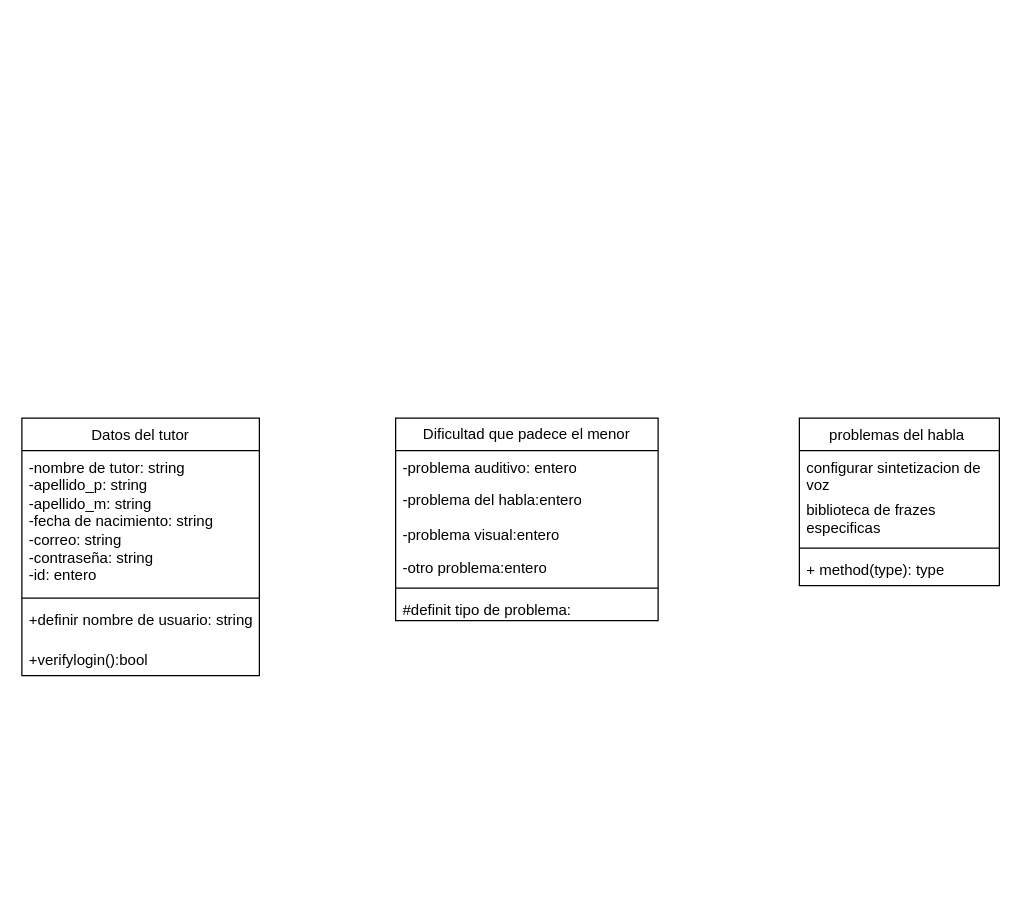
Above: Diagrama sin título.drawio in isra-e/ABILITYTALK (draw.io), before the change. Source tidied: cells renumbered, new cells numbered last; positions are measured from the earlier drawing's top-left corner, leaving out a move shared by most shapes. Both pictures are drawn from the tidied source at 125%, with x=0, y=0 at pixel (21, 418).
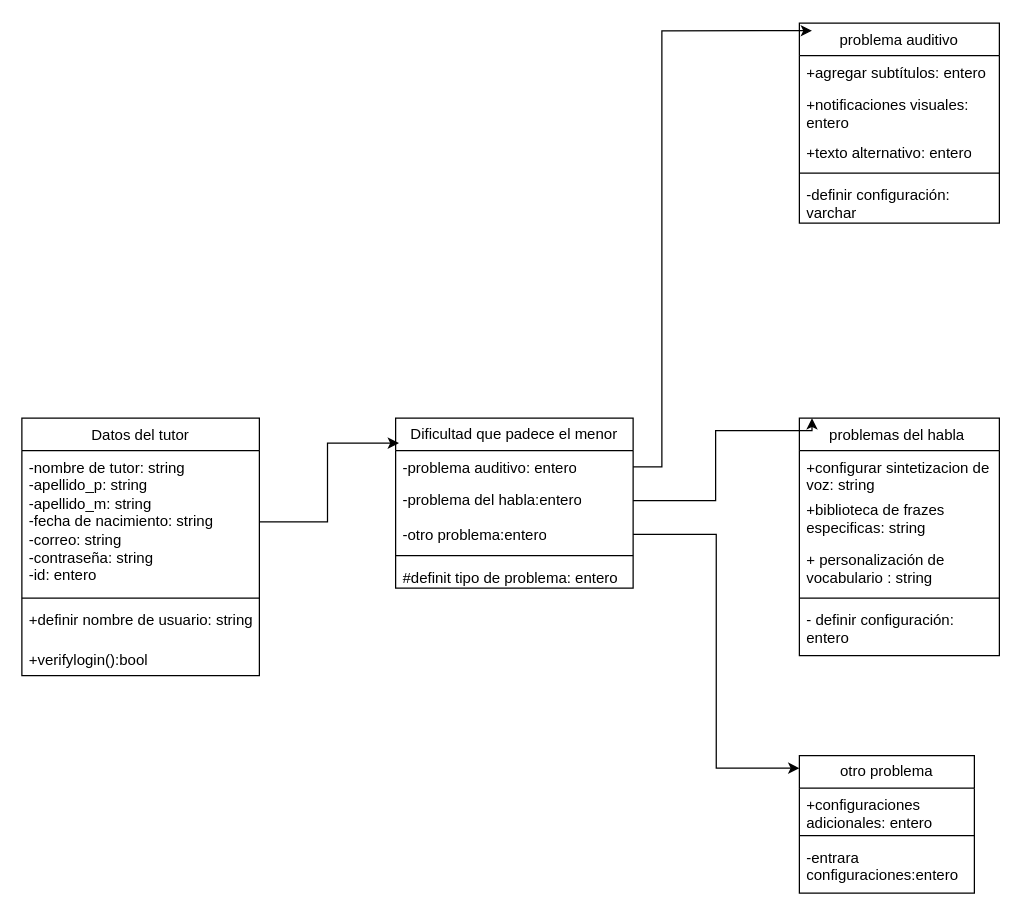
After the change.

Unchanged cells that the change refers to:
```xml
<mxCell id="3" value="-nombre de tutor: string&lt;div&gt;-apellido_p: string&lt;/div&gt;&lt;div&gt;-apellido_m: string&lt;/div&gt;&lt;div&gt;&lt;div&gt;-fecha de nacimiento: string&lt;br&gt;&lt;div&gt;-correo: string&lt;/div&gt;&lt;div&gt;-contraseña: string&lt;/div&gt;&lt;div&gt;-id: entero&lt;/div&gt;&lt;/div&gt;&lt;/div&gt;" style="text;strokeColor=none;fillColor=none;align=left;verticalAlign=top;spacingLeft=4;spacingRight=4;overflow=hidden;points=[[0,0.5],[1,0.5]];portConstraint=eastwest;whiteSpace=wrap;html=1;" parent="2" vertex="1">
  <mxGeometry y="26" width="190" height="114" as="geometry" />
</mxCell>
```

Diff of the diagram source:
```diff
@@
     <mxCell id="7" value="Dificultad que padece el menor" style="swimlane;fontStyle=0;horizontal=1;startSize=26;fillColor=none;whiteSpace=wrap;html=1;" parent="1" vertex="1">
-      <mxGeometry x="299" width="210" height="162" as="geometry" />
+      <mxGeometry x="299" width="190" height="136" as="geometry" />
     </mxCell>
     <mxCell id="8" value="-problema auditivo: entero" style="text;strokeColor=none;fillColor=none;align=left;verticalAlign=top;spacingLeft=4;spacingRight=4;overflow=hidden;points=[[0,0.5],[1,0.5]];portConstraint=eastwest;whiteSpace=wrap;html=1;" parent="7" vertex="1">
-      <mxGeometry y="26" width="210" height="26" as="geometry" />
+      <mxGeometry y="26" width="190" height="26" as="geometry" />
     </mxCell>
     <mxCell id="9" value="-problema del habla:entero&lt;div&gt;&lt;br&gt;&lt;/div&gt;" style="text;strokeColor=none;fillColor=none;align=left;verticalAlign=top;spacingLeft=4;spacingRight=4;overflow=hidden;points=[[0,0.5],[1,0.5]];portConstraint=eastwest;whiteSpace=wrap;html=1;" parent="7" vertex="1">
-      <mxGeometry y="52" width="210" height="28" as="geometry" />
+      <mxGeometry y="52" width="190" height="28" as="geometry" />
     </mxCell>
-    <mxCell id="10" value="-problema visual:entero" style="text;strokeColor=none;fillColor=none;align=left;verticalAlign=top;spacingLeft=4;spacingRight=4;overflow=hidden;whiteSpace=wrap;html=1;" parent="7" vertex="1">
-      <mxGeometry y="80" width="210" height="26" as="geometry" />
-    </mxCell>
     <mxCell id="11" value="-otro problema:entero" style="text;strokeColor=none;fillColor=none;align=left;verticalAlign=top;spacingLeft=4;spacingRight=4;overflow=hidden;points=[[0,0.5],[1,0.5]];portConstraint=eastwest;whiteSpace=wrap;html=1;" parent="7" vertex="1">
-      <mxGeometry y="106" width="210" height="26" as="geometry" />
+      <mxGeometry y="80" width="190" height="26" as="geometry" />
     </mxCell>
     <mxCell id="12" style="line;strokeWidth=1;fillColor=none;align=left;verticalAlign=middle;spacingTop=-1;spacingLeft=3;spacingRight=3;labelPosition=right;strokeColor=inherit;" parent="7" vertex="1">
-      <mxGeometry y="132" width="210" height="8" as="geometry" />
+      <mxGeometry y="106" width="190" height="8" as="geometry" />
     </mxCell>
-    <mxCell id="13" value="#definit tipo de problema:&amp;nbsp;" style="text;strokeColor=none;fillColor=none;align=left;verticalAlign=top;spacingLeft=4;spacingRight=4;overflow=hidden;whiteSpace=wrap;html=1;" parent="7" vertex="1">
-      <mxGeometry y="140" width="210" height="22" as="geometry" />
+    <mxCell id="13" value="#definit tipo de problema: entero&amp;nbsp;" style="text;strokeColor=none;fillColor=none;align=left;verticalAlign=top;spacingLeft=4;spacingRight=4;overflow=hidden;whiteSpace=wrap;html=1;" parent="7" vertex="1">
+      <mxGeometry y="114" width="190" height="22" as="geometry" />
     </mxCell>
     <mxCell id="14" value="&lt;span style=&quot;font-weight: normal;&quot;&gt;problemas del habla&amp;nbsp;&lt;/span&gt;" style="swimlane;fontStyle=1;align=center;verticalAlign=top;horizontal=1;startSize=26;whiteSpace=wrap;html=1;" parent="1" vertex="1">
-      <mxGeometry x="622" width="160" height="134" as="geometry" />
+      <mxGeometry x="622" width="160" height="190" as="geometry" />
     </mxCell>
-    <mxCell id="15" value="configurar sintetizacion de voz" style="text;strokeColor=none;fillColor=none;align=left;verticalAlign=top;spacingLeft=4;spacingRight=4;overflow=hidden;whiteSpace=wrap;html=1;" parent="14" vertex="1">
+    <mxCell id="15" value="+configurar sintetizacion de voz: string" style="text;strokeColor=none;fillColor=none;align=left;verticalAlign=top;spacingLeft=4;spacingRight=4;overflow=hidden;whiteSpace=wrap;html=1;" parent="14" vertex="1">
       <mxGeometry y="26" width="160" height="34" as="geometry" />
     </mxCell>
-    <mxCell id="16" value="biblioteca de frazes especificas" style="text;strokeColor=none;fillColor=none;align=left;verticalAlign=top;spacingLeft=4;spacingRight=4;overflow=hidden;whiteSpace=wrap;html=1;" parent="14" vertex="1">
+    <mxCell id="16" value="+biblioteca de frazes especificas: string" style="text;strokeColor=none;fillColor=none;align=left;verticalAlign=top;spacingLeft=4;spacingRight=4;overflow=hidden;whiteSpace=wrap;html=1;" parent="14" vertex="1">
       <mxGeometry y="60" width="160" height="40" as="geometry" />
     </mxCell>
+    <mxCell id="19" value="+ personalización de vocabulario : string" style="text;strokeColor=none;fillColor=none;align=left;verticalAlign=top;spacingLeft=4;spacingRight=4;overflow=hidden;whiteSpace=wrap;html=1;" parent="14" vertex="1">
+      <mxGeometry y="100" width="160" height="40" as="geometry" />
+    </mxCell>
     <mxCell id="17" style="line;strokeWidth=1;fillColor=none;align=left;verticalAlign=middle;spacingTop=-1;spacingLeft=3;spacingRight=3;labelPosition=right;strokeColor=inherit;" parent="14" vertex="1">
-      <mxGeometry y="100" width="160" height="8" as="geometry" />
+      <mxGeometry y="140" width="160" height="8" as="geometry" />
     </mxCell>
-    <mxCell id="18" value="+ method(type): type" style="text;strokeColor=none;fillColor=none;align=left;verticalAlign=top;spacingLeft=4;spacingRight=4;overflow=hidden;whiteSpace=wrap;html=1;" parent="14" vertex="1">
-      <mxGeometry y="108" width="160" height="26" as="geometry" />
+    <mxCell id="18" value="- definir configuración: entero&amp;nbsp;" style="text;strokeColor=none;fillColor=none;align=left;verticalAlign=top;spacingLeft=4;spacingRight=4;overflow=hidden;whiteSpace=wrap;html=1;" parent="14" vertex="1">
+      <mxGeometry y="148" width="160" height="42" as="geometry" />
     </mxCell>
+    <mxCell id="20" value="&lt;span style=&quot;font-weight: normal;&quot;&gt;problema auditivo&lt;/span&gt;" style="swimlane;fontStyle=1;align=center;verticalAlign=top;horizontal=1;startSize=26;whiteSpace=wrap;html=1;" parent="1" vertex="1">
+      <mxGeometry x="622" y="-316" width="160" height="160" as="geometry" />
+    </mxCell>
+    <mxCell id="21" value="+agregar subtítulos: entero" style="text;strokeColor=none;fillColor=none;align=left;verticalAlign=top;spacingLeft=4;spacingRight=4;overflow=hidden;whiteSpace=wrap;html=1;" parent="20" vertex="1">
+      <mxGeometry y="26" width="160" height="26" as="geometry" />
+    </mxCell>
+    <mxCell id="22" value="+notificaciones visuales: entero" style="text;strokeColor=none;fillColor=none;align=left;verticalAlign=top;spacingLeft=4;spacingRight=4;overflow=hidden;whiteSpace=wrap;html=1;" parent="20" vertex="1">
+      <mxGeometry y="52" width="160" height="38" as="geometry" />
+    </mxCell>
+    <mxCell id="23" value="+texto alternativo: entero" style="text;strokeColor=none;fillColor=none;align=left;verticalAlign=top;spacingLeft=4;spacingRight=4;overflow=hidden;whiteSpace=wrap;html=1;" parent="20" vertex="1">
+      <mxGeometry y="90" width="160" height="26" as="geometry" />
+    </mxCell>
+    <mxCell id="24" style="line;strokeWidth=1;fillColor=none;align=left;verticalAlign=middle;spacingTop=-1;spacingLeft=3;spacingRight=3;labelPosition=right;strokeColor=inherit;" parent="20" vertex="1">
+      <mxGeometry y="116" width="160" height="8" as="geometry" />
+    </mxCell>
+    <mxCell id="25" value="-definir configuración: varchar" style="text;strokeColor=none;fillColor=none;align=left;verticalAlign=top;spacingLeft=4;spacingRight=4;overflow=hidden;whiteSpace=wrap;html=1;" parent="20" vertex="1">
+      <mxGeometry y="124" width="160" height="36" as="geometry" />
+    </mxCell>
+    <mxCell id="26" value="otro problema" style="swimlane;fontStyle=0;horizontal=1;startSize=26;fillColor=none;whiteSpace=wrap;html=1;" parent="1" vertex="1">
+      <mxGeometry x="622" y="270" width="140" height="110" as="geometry" />
+    </mxCell>
+    <mxCell id="27" value="+configuraciones adicionales: entero&amp;nbsp;&lt;div&gt;&lt;br&gt;&lt;/div&gt;" style="text;strokeColor=none;fillColor=none;align=left;verticalAlign=top;spacingLeft=4;spacingRight=4;overflow=hidden;whiteSpace=wrap;html=1;" parent="26" vertex="1">
+      <mxGeometry y="26" width="140" height="34" as="geometry" />
+    </mxCell>
+    <mxCell id="28" style="line;strokeWidth=1;fillColor=none;align=left;verticalAlign=middle;spacingTop=-1;spacingLeft=3;spacingRight=3;labelPosition=right;strokeColor=inherit;" parent="26" vertex="1">
+      <mxGeometry y="60" width="140" height="8" as="geometry" />
+    </mxCell>
+    <mxCell id="29" value="-entrara configuraciones:entero" style="text;strokeColor=none;fillColor=none;align=left;verticalAlign=top;spacingLeft=4;spacingRight=4;overflow=hidden;whiteSpace=wrap;html=1;" parent="26" vertex="1">
+      <mxGeometry y="68" width="140" height="42" as="geometry" />
+    </mxCell>
+    <mxCell id="30" style="edgeStyle=orthogonalEdgeStyle;rounded=0;jettySize=auto;html=1;entryX=0.014;entryY=0.147;entryDx=0;entryDy=0;entryPerimeter=0;" parent="1" edge="1" source="3" target="7">
+      <mxGeometry relative="1" as="geometry" />
+    </mxCell>
+    <mxCell id="31" style="edgeStyle=orthogonalEdgeStyle;rounded=0;jettySize=auto;html=1;exitX=1;exitY=0.5;exitDx=0;exitDy=0;entryX=0.063;entryY=0.038;entryDx=0;entryDy=0;entryPerimeter=0;" parent="1" edge="1" source="8" target="20">
+      <mxGeometry relative="1" as="geometry">
+        <Array as="points">
+          <mxPoint x="512" y="39" />
+          <mxPoint x="512" y="-310" />
+        </Array>
+      </mxGeometry>
+    </mxCell>
+    <mxCell id="32" style="edgeStyle=orthogonalEdgeStyle;rounded=0;jettySize=auto;html=1;entryX=0.063;entryY=0;entryDx=0;entryDy=0;entryPerimeter=0;" parent="1" edge="1" source="9" target="14">
+      <mxGeometry relative="1" as="geometry">
+        <Array as="points">
+          <mxPoint x="555" y="66" />
+          <mxPoint x="555" y="10" />
+          <mxPoint x="632" y="10" />
+        </Array>
+      </mxGeometry>
+    </mxCell>
+    <mxCell id="33" style="edgeStyle=orthogonalEdgeStyle;rounded=0;jettySize=auto;html=1;entryX=0;entryY=0.091;entryDx=0;entryDy=0;entryPerimeter=0;" parent="1" edge="1" source="11" target="26">
+      <mxGeometry relative="1" as="geometry" />
+    </mxCell>
```
